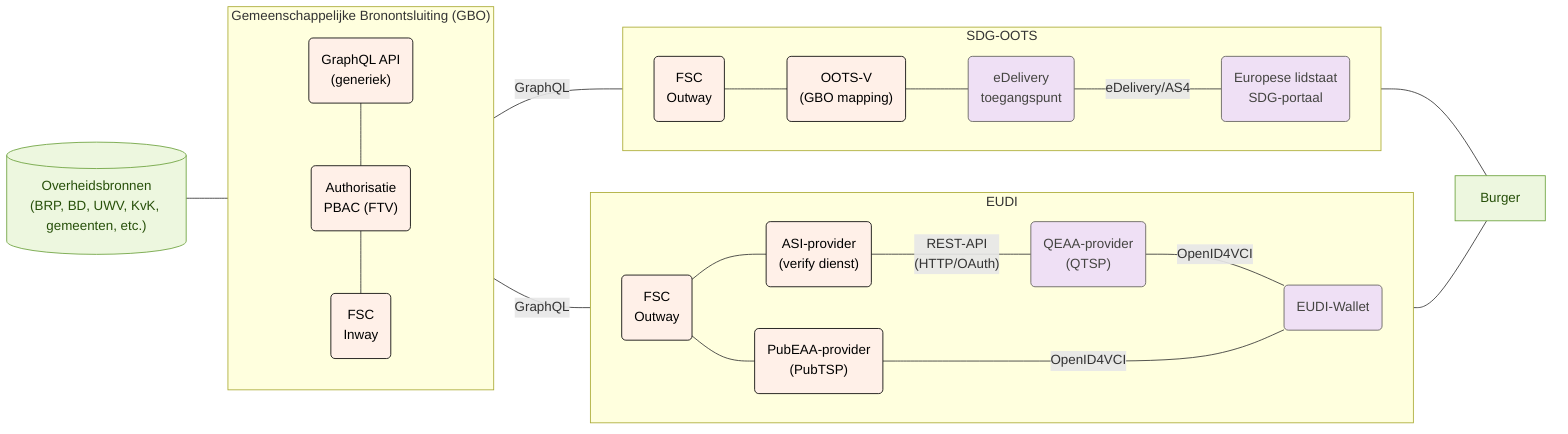
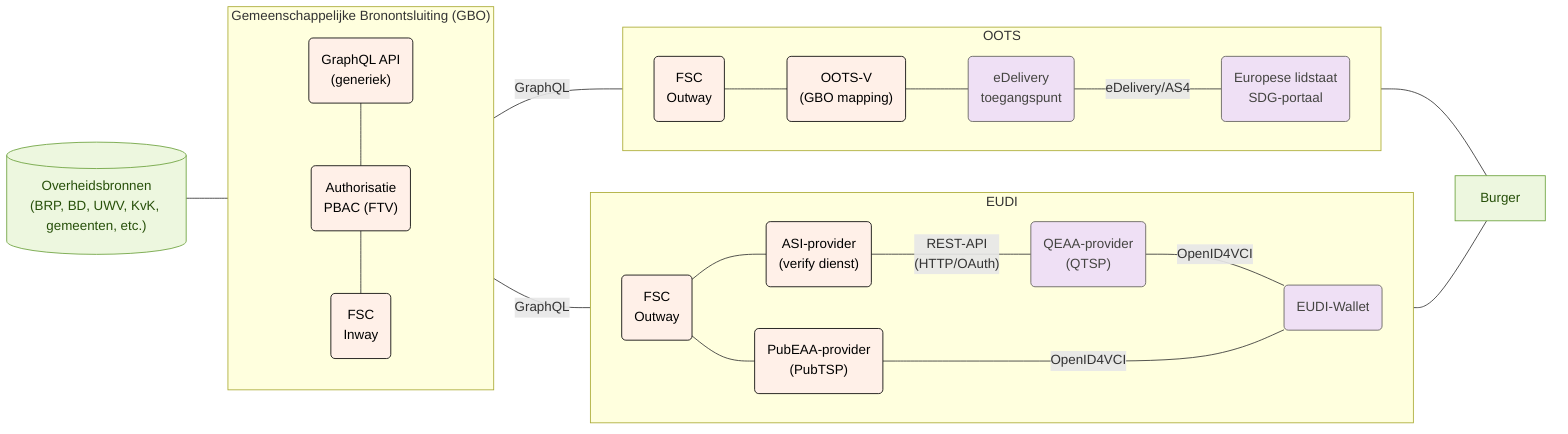
flowchart LR
  subgraph gbo["Gemeenschappelijke Bronontsluiting (GBO)"]
    direction TB
        fsc_pap("Authorisatie<br>PBAC (FTV)")
        fsc("GraphQL API<br/>(generiek)")
        fsc_inway("FSC<br/>Inway")
  end
  subgraph eudi["EUDI"]
    direction LR
        eudi_outway("FSC<br/>Outway")
        eudi_asi("ASI-provider<br/>(verify dienst)")
        eudi_pubeaa("PubEAA-provider<br/>(PubTSP)")
        eudi_qeaa("QEAA-provider<br/>(QTSP)")
        eudi_wallet("EUDI-Wallet")
  end
-   subgraph oots["SDG-OOTS"]
+   subgraph oots["OOTS"]
    direction LR
        oots_outway("FSC<br/>Outway")
        oots_adapter("OOTS-V<br/>(GBO mapping)")
        oots_basis("eDelivery<br/>toegangspunt")
        oots_afnemer("Europese lidstaat<br/>SDG-portaal")
  end


  fsc ---fsc_pap---fsc_inway
  bron[("Overheidsbronnen<br/>(BRP, BD, UWV, KvK, gemeenten, etc.)")]  --- fsc
  eudi_asi -- REST-API<br/>(HTTP/OAuth) --- eudi_qeaa
  eudi_qeaa -- OpenID4VCI --- eudi_wallet
  fsc_inway -- GraphQL --- oots_outway & eudi_outway
  eudi_outway--- eudi_pubeaa -- OpenID4VCI ---- eudi_wallet
  eudi_outway--- eudi_asi
  oots_outway --- oots_adapter --- oots_basis
  oots_basis -- eDelivery/AS4 --- oots_afnemer

  eudi_wallet --- burger["Burger"]
  oots_afnemer --- burger


  fsc_pap:::gbo
  fsc:::gbo
  fsc_inway:::gbo
  eudi_asi:::gbo
  eudi_outway:::gbo
  eudi_pubeaa:::gbo
  eudi_qeaa:::eudi
  eudi_wallet:::eudi
  oots_adapter:::gbo
  oots_outway:::gbo
  oots_basis:::oots
  oots_afnemer:::oots

  bron:::bron
  burger:::burger

  classDef bron fill:#edf7df,stroke:#6aa13a,color:#27500a
  classDef generiek fill:#f1efe8,stroke:#5f5e5a,color:#444441
  classDef eudi fill:#efe0f5,stroke:#5f5e5a,color:#444441
  classDef oots fill:#efe0f5,stroke:#5f5e5a,color:#444441
  classDef dvtp fill:#f1efe8,stroke:#5f5e5a,color:#444441
  classDef gbo fill:#fff0e8,stroke:#000000,color:#000000
  classDef burger fill:#edf7df,stroke:#6aa13a,color:#27500a